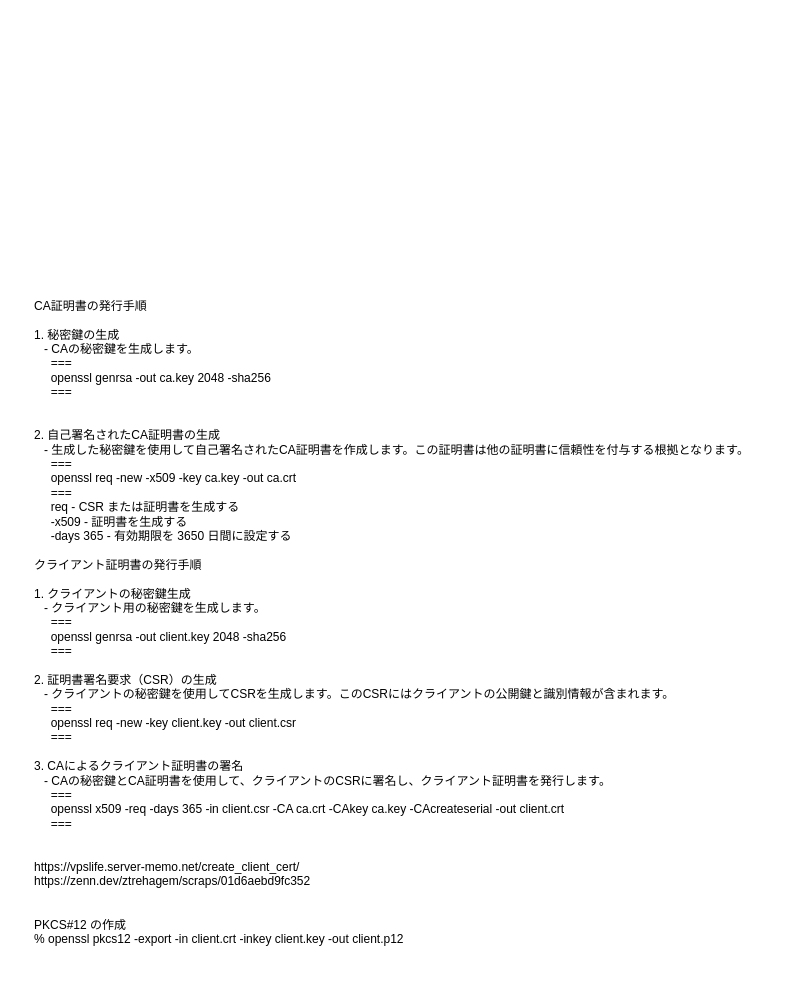
Earlier version of the draw.io diagram page "OPENSSL" (11 of 11) of Centos7‗server.drawio (kyforprogram/linux). Source tidied: cells renumbered, new cells numbered last; positions are measured from the earlier drawing's top-left corner, leaving out a move shared by most shapes. Both pictures are drawn from the tidied source at 100%, with x=0, y=0 at pixel (32, 278).
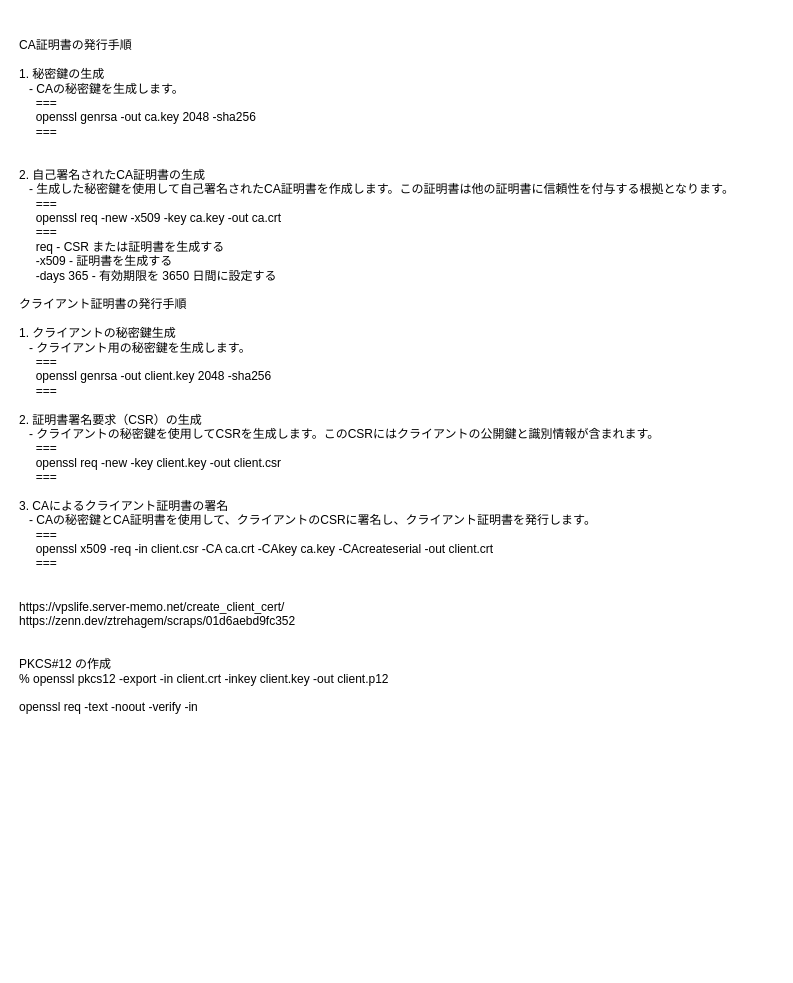
The same page after the edit.

Commit message:
Centos7‗server.drawio を更新します

Diff of the diagram source:
```diff
@@
 <mxGraphModel>
   <root>
     <mxCell id="0" />
     <mxCell id="1" parent="0" />
-    <mxCell id="2" value="&lt;div&gt;&lt;div&gt;&lt;br&gt;&lt;/div&gt;&lt;div&gt;CA証明書の発行手順&lt;/div&gt;&lt;div&gt;&lt;br&gt;&lt;/div&gt;&lt;div&gt;1. 秘密鍵の生成&lt;/div&gt;&lt;div&gt;&amp;nbsp; &amp;nbsp;- CAの秘密鍵を生成します。&lt;/div&gt;&lt;div&gt;&amp;nbsp; &amp;nbsp; &amp;nbsp;===&lt;/div&gt;&lt;div&gt;&amp;nbsp; &amp;nbsp; &amp;nbsp;openssl genrsa -out ca.key 2048 -sha256&lt;/div&gt;&lt;div&gt;&amp;nbsp; &amp;nbsp; &amp;nbsp;===&lt;/div&gt;&lt;div&gt;&amp;nbsp; &amp;nbsp; &amp;nbsp;&lt;/div&gt;&lt;div&gt;&amp;nbsp; &amp;nbsp; &amp;nbsp;&lt;/div&gt;&lt;div&gt;2. 自己署名されたCA証明書の生成&lt;/div&gt;&lt;div&gt;&amp;nbsp; &amp;nbsp;- 生成した秘密鍵を使用して自己署名されたCA証明書を作成します。この証明書は他の証明書に信頼性を付与する根拠となります。&lt;/div&gt;&lt;div&gt;&amp;nbsp; &amp;nbsp; &amp;nbsp;===&lt;/div&gt;&lt;div&gt;&amp;nbsp; &amp;nbsp; &amp;nbsp;openssl req -new -x509 -key ca.key -out ca.crt&lt;/div&gt;&lt;div&gt;&amp;nbsp; &amp;nbsp; &amp;nbsp;===&lt;/div&gt;&lt;div&gt;&amp;nbsp; &amp;nbsp; &amp;nbsp;req - CSR または証明書を生成する&lt;/div&gt;&lt;div&gt;&amp;nbsp; &amp;nbsp; &amp;nbsp;-x509 - 証明書を生成する&lt;/div&gt;&lt;div&gt;&amp;nbsp; &amp;nbsp; &amp;nbsp;-days 365 - 有効期限を 3650 日間に設定する&lt;/div&gt;&lt;div&gt;&lt;br&gt;&lt;/div&gt;&lt;div&gt;クライアント証明書の発行手順&lt;/div&gt;&lt;div&gt;&lt;br&gt;&lt;/div&gt;&lt;div&gt;1. クライアントの秘密鍵生成&lt;/div&gt;&lt;div&gt;&amp;nbsp; &amp;nbsp;- クライアント用の秘密鍵を生成します。&lt;/div&gt;&lt;div&gt;&amp;nbsp; &amp;nbsp; &amp;nbsp;===&lt;/div&gt;&lt;div&gt;&amp;nbsp; &amp;nbsp; &amp;nbsp;openssl genrsa -out client.key 2048 -sha256&lt;/div&gt;&lt;div&gt;&amp;nbsp; &amp;nbsp; &amp;nbsp;===&lt;/div&gt;&lt;div&gt;&lt;br&gt;&lt;/div&gt;&lt;div&gt;2. 証明書署名要求（CSR）の生成&lt;/div&gt;&lt;div&gt;&amp;nbsp; &amp;nbsp;- クライアントの秘密鍵を使用してCSRを生成します。このCSRにはクライアントの公開鍵と識別情報が含まれます。&lt;/div&gt;&lt;div&gt;&amp;nbsp; &amp;nbsp; &amp;nbsp;===&lt;/div&gt;&lt;div&gt;&amp;nbsp; &amp;nbsp; &amp;nbsp;openssl req -new -key client.key -out client.csr&lt;/div&gt;&lt;div&gt;&amp;nbsp; &amp;nbsp; &amp;nbsp;===&lt;/div&gt;&lt;div&gt;&lt;br&gt;&lt;/div&gt;&lt;div&gt;3. CAによるクライアント証明書の署名&lt;/div&gt;&lt;div&gt;&amp;nbsp; &amp;nbsp;- CAの秘密鍵とCA証明書を使用して、クライアントのCSRに署名し、クライアント証明書を発行します。&lt;/div&gt;&lt;div&gt;&amp;nbsp; &amp;nbsp; &amp;nbsp;===&lt;/div&gt;&lt;div&gt;&amp;nbsp; &amp;nbsp; &amp;nbsp;openssl x509 -req -days 365 -in client.csr -CA ca.crt -CAkey ca.key -CAcreateserial -out client.crt&lt;/div&gt;&lt;div&gt;&amp;nbsp; &amp;nbsp; &amp;nbsp;===&lt;/div&gt;&lt;div&gt;&lt;br&gt;&lt;/div&gt;&lt;div&gt;&lt;br&gt;&lt;/div&gt;&lt;div&gt;https://vpslife.server-memo.net/create_client_cert/&lt;/div&gt;&lt;div&gt;https://zenn.dev/ztrehagem/scraps/01d6aebd9fc352&lt;/div&gt;&lt;div&gt;&lt;br&gt;&lt;/div&gt;&lt;div&gt;&lt;br&gt;&lt;/div&gt;&lt;div&gt;PKCS#12 の作成&lt;/div&gt;&lt;div&gt;% openssl pkcs12 -export -in client.crt -inkey client.key -out client.p12&lt;/div&gt;&lt;div&gt;&lt;br&gt;&lt;/div&gt;&lt;/div&gt;" style="text;html=1;align=left;verticalAlign=middle;strokeColor=none;fillColor=none;" parent="1" vertex="1">
-      <mxGeometry width="736" height="688" as="geometry" />
+    <mxCell id="2" value="&lt;div&gt;&lt;div&gt;&lt;br&gt;&lt;/div&gt;&lt;/div&gt;" style="text;html=1;align=left;verticalAlign=middle;strokeColor=none;fillColor=none;" parent="1" vertex="1">
+      <mxGeometry width="18" height="26" as="geometry" />
     </mxCell>
+    <mxCell id="3" value="&#10;CA証明書の発行手順&#10;&#10;1. 秘密鍵の生成&#10;   - CAの秘密鍵を生成します。&#10;     ===&#10;     openssl genrsa -out ca.key 2048 -sha256&#10;     ===&#10;     &#10;     &#10;2. 自己署名されたCA証明書の生成&#10;   - 生成した秘密鍵を使用して自己署名されたCA証明書を作成します。この証明書は他の証明書に信頼性を付与する根拠となります。&#10;     ===&#10;     openssl req -new -x509 -key ca.key -out ca.crt&#10;     ===&#10;     req - CSR または証明書を生成する&#10;     -x509 - 証明書を生成する&#10;     -days 365 - 有効期限を 3650 日間に設定する&#10;&#10;クライアント証明書の発行手順&#10;&#10;1. クライアントの秘密鍵生成&#10;   - クライアント用の秘密鍵を生成します。&#10;     ===&#10;     openssl genrsa -out client.key 2048 -sha256&#10;     ===&#10;&#10;2. 証明書署名要求（CSR）の生成&#10;   - クライアントの秘密鍵を使用してCSRを生成します。このCSRにはクライアントの公開鍵と識別情報が含まれます。&#10;     ===&#10;     openssl req -new -key client.key -out client.csr&#10;     ===&#10;&#10;3. CAによるクライアント証明書の署名&#10;   - CAの秘密鍵とCA証明書を使用して、クライアントのCSRに署名し、クライアント証明書を発行します。&#10;     ===&#10;     openssl x509 -req -in client.csr -CA ca.crt -CAkey ca.key -CAcreateserial -out client.crt&#10;     ===&#10;&#10;&#10;https://vpslife.server-memo.net/create_client_cert/&#10;https://zenn.dev/ztrehagem/scraps/01d6aebd9fc352&#10;&#10;&#10;PKCS#12 の作成&#10;% openssl pkcs12 -export -in client.crt -inkey client.key -out client.p12&#10;&#10;openssl req -text -noout -verify -in&#10;" style="text;whiteSpace=wrap;" parent="1" vertex="1">
+      <mxGeometry x="-15" y="-261" width="759" height="899" as="geometry" />
+    </mxCell>
   </root>
 </mxGraphModel>
```
